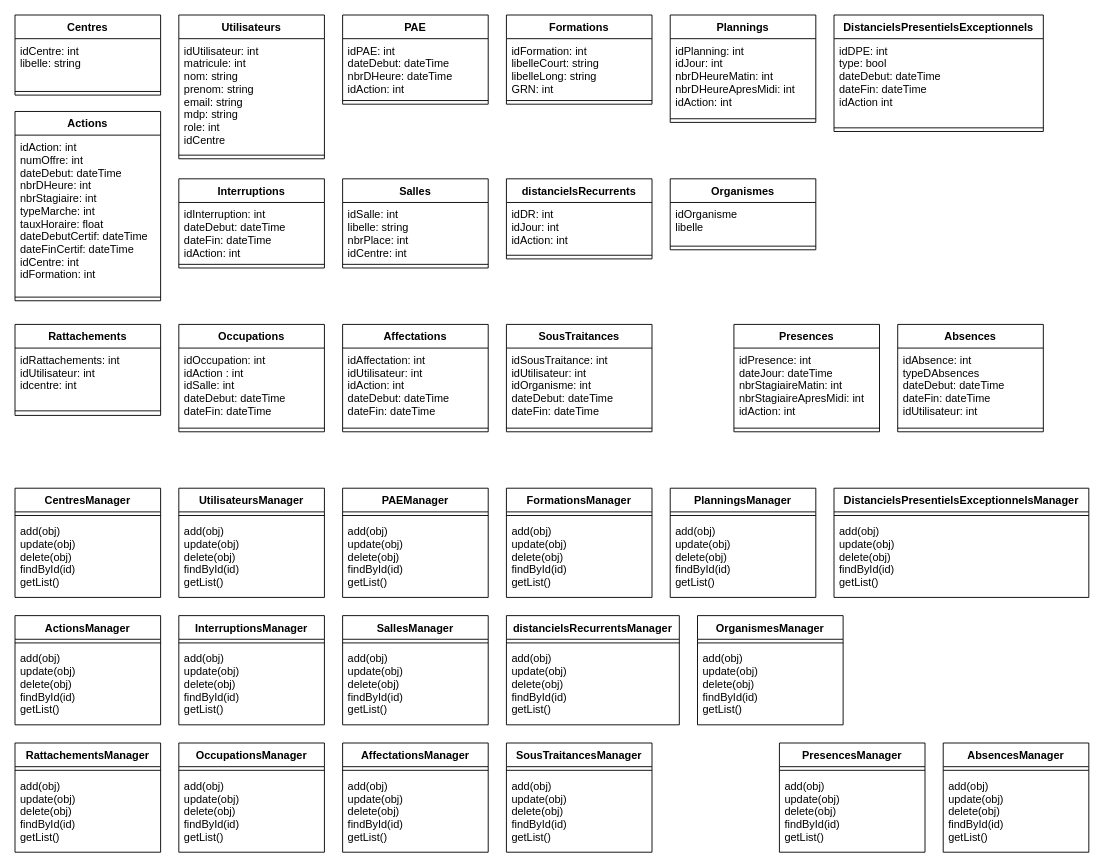
Before: Stage/Diagramme de classes.drawio in nilsKolliker/CDA, a draw.io diagram. Source tidied: cells renumbered, new cells numbered last; positions are measured from the earlier drawing's top-left corner, leaving out a move shared by most shapes. Both pictures are drawn from the tidied source at 91%, with x=0, y=0 at pixel (15, 15).
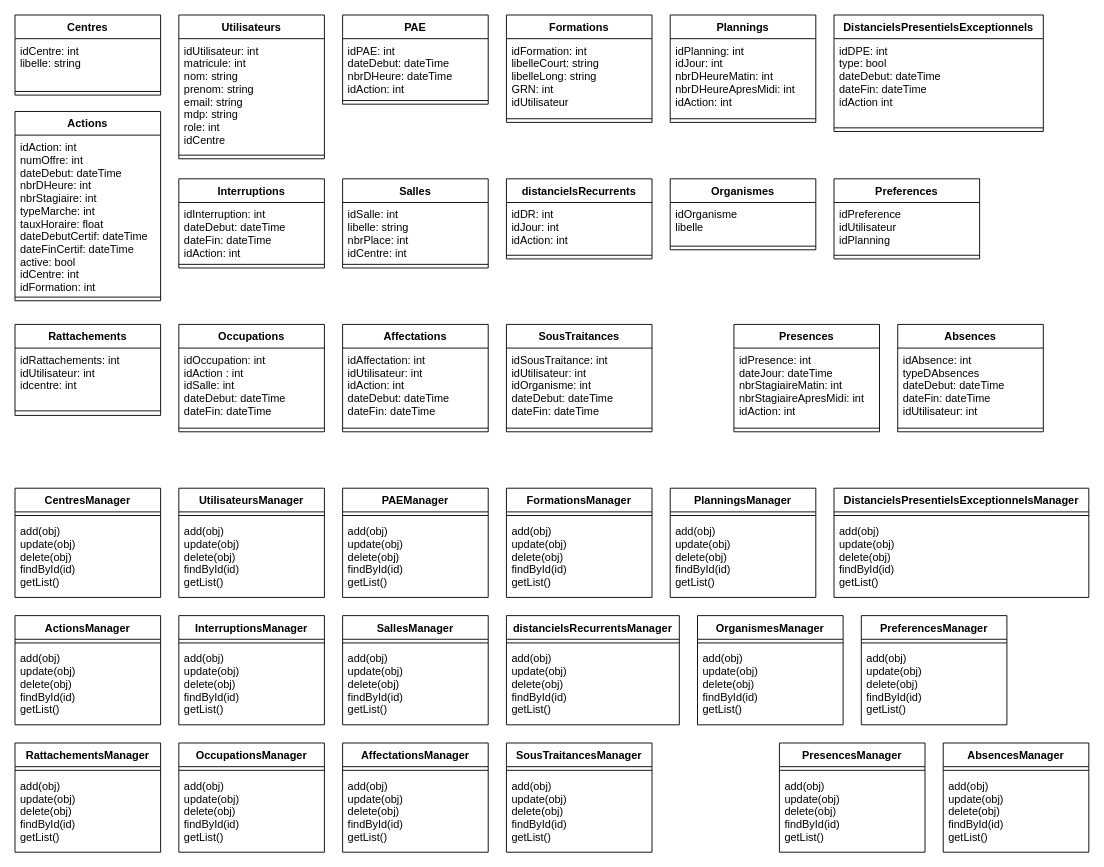
After the change.

Commit message (it also covers changes not shown here):
diagramme de classes, mcd et script

The change refers to these unchanged cells:
```xml
<mxCell id="50" value="Actions" style="swimlane;fontStyle=1;align=center;verticalAlign=top;horizontal=1;startSize=26;" parent="1" vertex="1">
  <mxGeometry y="106" width="160" height="208" as="geometry" />
</mxCell>
```

Change to the diagram source:
```diff
@@
     <mxCell id="23" value="Formations" style="swimlane;fontStyle=1;align=center;verticalAlign=top;horizontal=1;startSize=26;" parent="1" vertex="1">
-      <mxGeometry x="540" width="160" height="98" as="geometry" />
+      <mxGeometry x="540" width="160" height="118" as="geometry" />
     </mxCell>
-    <mxCell id="24" value="idFormation: int&#10;libelleCourt: string&#10;libelleLong: string&#10;GRN: int&#10;" style="text;strokeColor=none;fillColor=none;align=left;verticalAlign=top;spacingLeft=4;spacingRight=4;overflow=hidden;" parent="23" vertex="1">
-      <mxGeometry y="26" width="160" height="64" as="geometry" />
+    <mxCell id="24" value="idFormation: int&#10;libelleCourt: string&#10;libelleLong: string&#10;GRN: int&#10;idUtilisateur&#10;&#10;" style="text;strokeColor=none;fillColor=none;align=left;verticalAlign=top;spacingLeft=4;spacingRight=4;overflow=hidden;" parent="23" vertex="1">
+      <mxGeometry y="26" width="160" height="84" as="geometry" />
     </mxCell>
     <mxCell id="25" style="line;strokeWidth=1;fillColor=none;align=left;verticalAlign=middle;spacingTop=-1;spacingLeft=3;spacingRight=3;labelPosition=right;" parent="23" vertex="1">
-      <mxGeometry y="90" width="160" height="8" as="geometry" />
+      <mxGeometry y="110" width="160" height="8" as="geometry" />
     </mxCell>
@@
-    <mxCell id="51" value="idAction: int&#10;numOffre: int&#10;dateDebut: dateTime&#10;nbrDHeure: int&#10;nbrStagiaire: int&#10;typeMarche: int&#10;tauxHoraire: float&#10;dateDebutCertif: dateTime&#10;dateFinCertif: dateTime&#10;idCentre: int&#10;idFormation: int&#10;&#10;" style="text;strokeColor=none;fillColor=none;align=left;verticalAlign=top;spacingLeft=4;spacingRight=4;overflow=hidden;" parent="50" vertex="1">
+    <mxCell id="51" value="idAction: int&#10;numOffre: int&#10;dateDebut: dateTime&#10;nbrDHeure: int&#10;nbrStagiaire: int&#10;typeMarche: int&#10;tauxHoraire: float&#10;dateDebutCertif: dateTime&#10;dateFinCertif: dateTime&#10;active: bool&#10;idCentre: int&#10;idFormation: int" style="text;strokeColor=none;fillColor=none;align=left;verticalAlign=top;spacingLeft=4;spacingRight=4;overflow=hidden;" parent="50" vertex="1">
       <mxGeometry y="26" width="160" height="174" as="geometry" />
     </mxCell>
@@
+    <mxCell id="104" value="Preferences" style="swimlane;fontStyle=1;align=center;verticalAlign=top;horizontal=1;startSize=26;" parent="1" vertex="1">
+      <mxGeometry x="900" y="180" width="160" height="88" as="geometry" />
+    </mxCell>
+    <mxCell id="105" value="idPreference&#10;idUtilisateur&#10;idPlanning&#10;" style="text;strokeColor=none;fillColor=none;align=left;verticalAlign=top;spacingLeft=4;spacingRight=4;overflow=hidden;" parent="104" vertex="1">
+      <mxGeometry y="26" width="160" height="54" as="geometry" />
+    </mxCell>
+    <mxCell id="106" style="line;strokeWidth=1;fillColor=none;align=left;verticalAlign=middle;spacingTop=-1;spacingLeft=3;spacingRight=3;labelPosition=right;" parent="104" vertex="1">
+      <mxGeometry y="80" width="160" height="8" as="geometry" />
+    </mxCell>
+    <mxCell id="107" value="PreferencesManager" style="swimlane;fontStyle=1;align=center;verticalAlign=top;horizontal=1;startSize=26;" parent="1" vertex="1">
+      <mxGeometry x="930" y="660" width="160" height="120" as="geometry" />
+    </mxCell>
+    <mxCell id="108" style="line;strokeWidth=1;fillColor=none;align=left;verticalAlign=middle;spacingTop=-1;spacingLeft=3;spacingRight=3;labelPosition=right;" parent="107" vertex="1">
+      <mxGeometry y="26" width="160" height="8" as="geometry" />
+    </mxCell>
+    <mxCell id="109" value="add(obj)&#10;update(obj)&#10;delete(obj)&#10;findById(id)&#10;getList()&#10;" style="text;strokeColor=none;fillColor=none;align=left;verticalAlign=top;spacingLeft=4;spacingRight=4;overflow=hidden;" parent="107" vertex="1">
+      <mxGeometry y="34" width="160" height="86" as="geometry" />
+    </mxCell>
```
